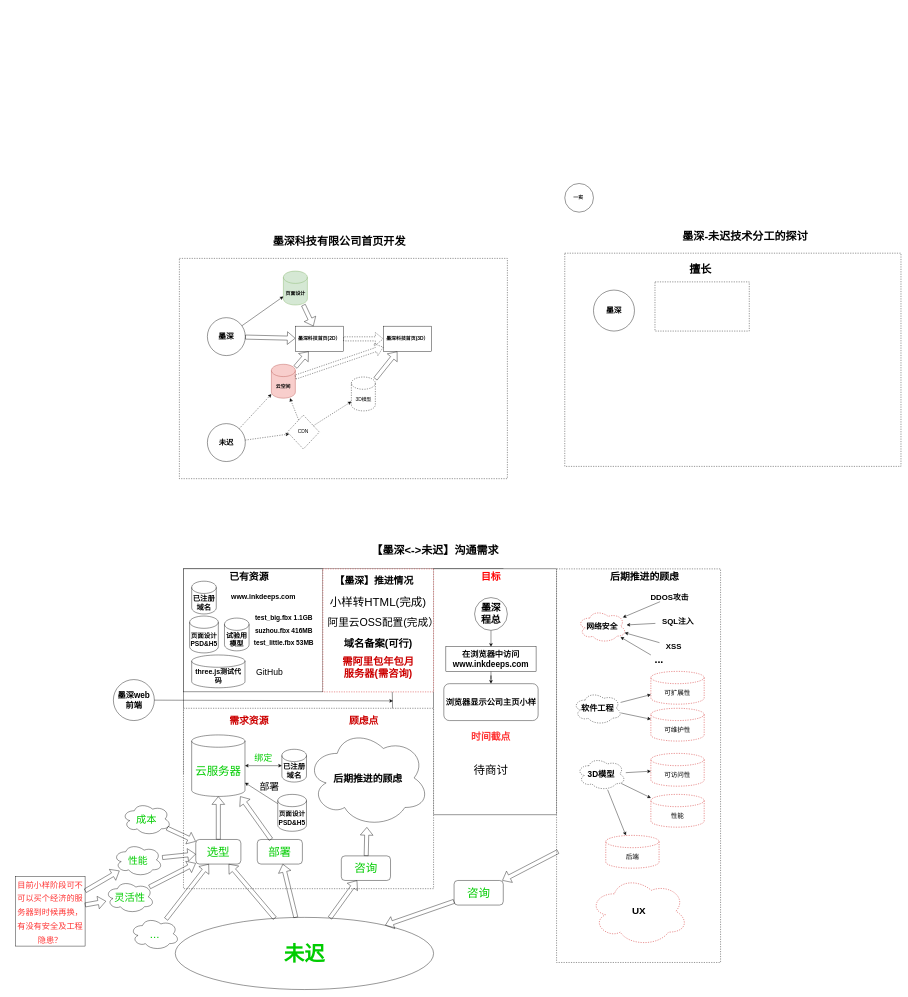
zhutoutoutousan/A-study-note-as-a-beginner keeps this draw.io diagram as project.drawio. Above is the earlier version. Source tidied: cells renumbered, new cells numbered last; positions are measured from the earlier drawing's top-left corner, leaving out a move shared by most shapes. Both pictures are drawn from the tidied source at 41%, with x=0, y=0 at pixel (15, 183).
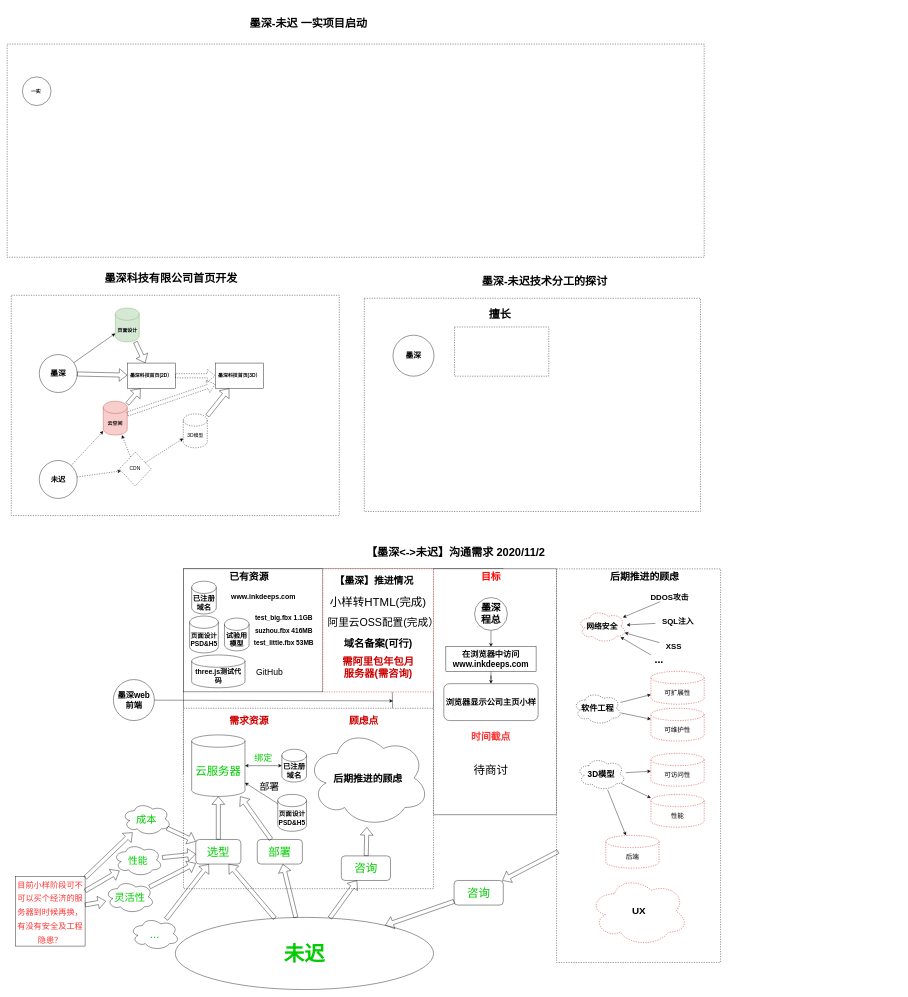
The same page after the edit.

Unchanged cells that the change refers to:
```xml
<mxCell id="110" value="&lt;font style=&quot;font-size: 25px&quot;&gt;成本&lt;/font&gt;" style="ellipse;shape=cloud;whiteSpace=wrap;html=1;strokeColor=#000000;fontSize=28;fontColor=#00CC00;" parent="1" vertex="1">
  <mxGeometry x="260" y="1510" width="120" height="80" as="geometry" />
</mxCell>
<mxCell id="118" value="&lt;font style=&quot;font-size: 20px&quot; color=&quot;#ff3333&quot;&gt;目前小样阶段可不可以买个经济的服务器到时候再换，有没有安全及工程隐患？&lt;/font&gt;" style="rounded=0;whiteSpace=wrap;html=1;strokeColor=#000000;fontSize=28;fontColor=#00CC00;" parent="1" vertex="1">
  <mxGeometry y="1690" width="170" height="170" as="geometry" />
</mxCell>
```

What changed in the source:
```diff
@@
     <mxCell id="2" style="rounded=0;whiteSpace=wrap;html=1;dashed=1;" parent="1" vertex="1">
-      <mxGeometry x="1340" y="170" width="820" height="520" as="geometry" />
+      <mxGeometry x="851" y="280" width="820" height="520" as="geometry" />
     </mxCell>
-    <mxCell id="3" value="&lt;b&gt;一实&amp;nbsp;&lt;/b&gt;" style="ellipse;whiteSpace=wrap;html=1;" parent="1" vertex="1">
-      <mxGeometry x="1340" width="70" height="70" as="geometry" />
-    </mxCell>
     <mxCell id="4" value="&lt;span style=&quot;font-size: 27px&quot;&gt;&lt;b&gt;墨深-未迟技术分工的探讨&lt;/b&gt;&lt;/span&gt;" style="text;html=1;strokeColor=none;fillColor=none;align=center;verticalAlign=middle;whiteSpace=wrap;rounded=0;dashed=1;" parent="1" vertex="1">
-      <mxGeometry x="1610" y="90" width="340" height="80" as="geometry" />
+      <mxGeometry x="1121" y="200" width="340" height="80" as="geometry" />
     </mxCell>
     <mxCell id="5" value="&lt;b&gt;&lt;font style=&quot;font-size: 19px&quot;&gt;墨深&lt;/font&gt;&lt;/b&gt;" style="ellipse;whiteSpace=wrap;html=1;" parent="1" vertex="1">
-      <mxGeometry x="1410" y="260" width="100" height="100" as="geometry" />
+      <mxGeometry x="921" y="370" width="100" height="100" as="geometry" />
     </mxCell>
     <mxCell id="6" style="rounded=0;whiteSpace=wrap;html=1;dashed=1;" parent="1" vertex="1">
-      <mxGeometry x="1560" y="240" width="230" height="120" as="geometry" />
+      <mxGeometry x="1071" y="350" width="230" height="120" as="geometry" />
     </mxCell>
     <mxCell id="7" value="&lt;span style=&quot;font-size: 27px&quot;&gt;&lt;b&gt;擅长&lt;/b&gt;&lt;/span&gt;" style="text;html=1;strokeColor=none;fillColor=none;align=center;verticalAlign=middle;whiteSpace=wrap;rounded=0;dashed=1;" parent="1" vertex="1">
-      <mxGeometry x="1621" y="180" width="100" height="60" as="geometry" />
+      <mxGeometry x="1132" y="290" width="100" height="60" as="geometry" />
     </mxCell>
     <mxCell id="8" style="group;" parent="1" vertex="1">
-      <mxGeometry x="400" y="100" width="800" height="620" as="geometry" />
+      <mxGeometry x="-10" y="190" width="800" height="620" as="geometry" />
     </mxCell>
@@
-    <mxCell id="31" value="&lt;span style=&quot;font-size: 27px&quot;&gt;&lt;b&gt;【墨深&amp;lt;-&amp;gt;未迟】沟通需求&lt;/b&gt;&lt;/span&gt;" style="text;html=1;strokeColor=none;fillColor=none;align=center;verticalAlign=middle;whiteSpace=wrap;rounded=0;dashed=1;" parent="1" vertex="1">
-      <mxGeometry x="858.3" y="853.7" width="331.7" height="82.7" as="geometry" />
+    <mxCell id="31" value="&lt;span style=&quot;font-size: 27px&quot;&gt;&lt;b&gt;【墨深&amp;lt;-&amp;gt;未迟】沟通需求 2020/11/2&lt;/b&gt;&lt;/span&gt;" style="text;html=1;strokeColor=none;fillColor=none;align=center;verticalAlign=middle;whiteSpace=wrap;rounded=0;dashed=1;" parent="1" vertex="1">
+      <mxGeometry x="828.3" y="857.3" width="491.7" height="82.7" as="geometry" />
     </mxCell>
@@
+    <mxCell id="121" style="shape=flexArrow;endArrow=classic;html=1;fontSize=28;fontColor=#00CC00;" parent="1" edge="1" source="118" target="110">
+      <mxGeometry relative="1" as="geometry" />
+    </mxCell>
+    <mxCell id="122" style="rounded=0;whiteSpace=wrap;html=1;dashed=1;" parent="1" vertex="1">
+      <mxGeometry x="-20" y="-340" width="1700" height="520" as="geometry" />
+    </mxCell>
+    <mxCell id="3" value="&lt;b&gt;一实&amp;nbsp;&lt;/b&gt;" style="ellipse;whiteSpace=wrap;html=1;" parent="1" vertex="1">
+      <mxGeometry x="17" y="-260" width="70" height="70" as="geometry" />
+    </mxCell>
+    <mxCell id="123" value="&lt;span style=&quot;font-size: 27px&quot;&gt;&lt;b&gt;墨深-未迟 一实项目启动&lt;/b&gt;&lt;/span&gt;" style="text;html=1;strokeColor=none;fillColor=none;align=center;verticalAlign=middle;whiteSpace=wrap;rounded=0;dashed=1;" parent="1" vertex="1">
+      <mxGeometry x="545" y="-430" width="340" height="80" as="geometry" />
+    </mxCell>
```
